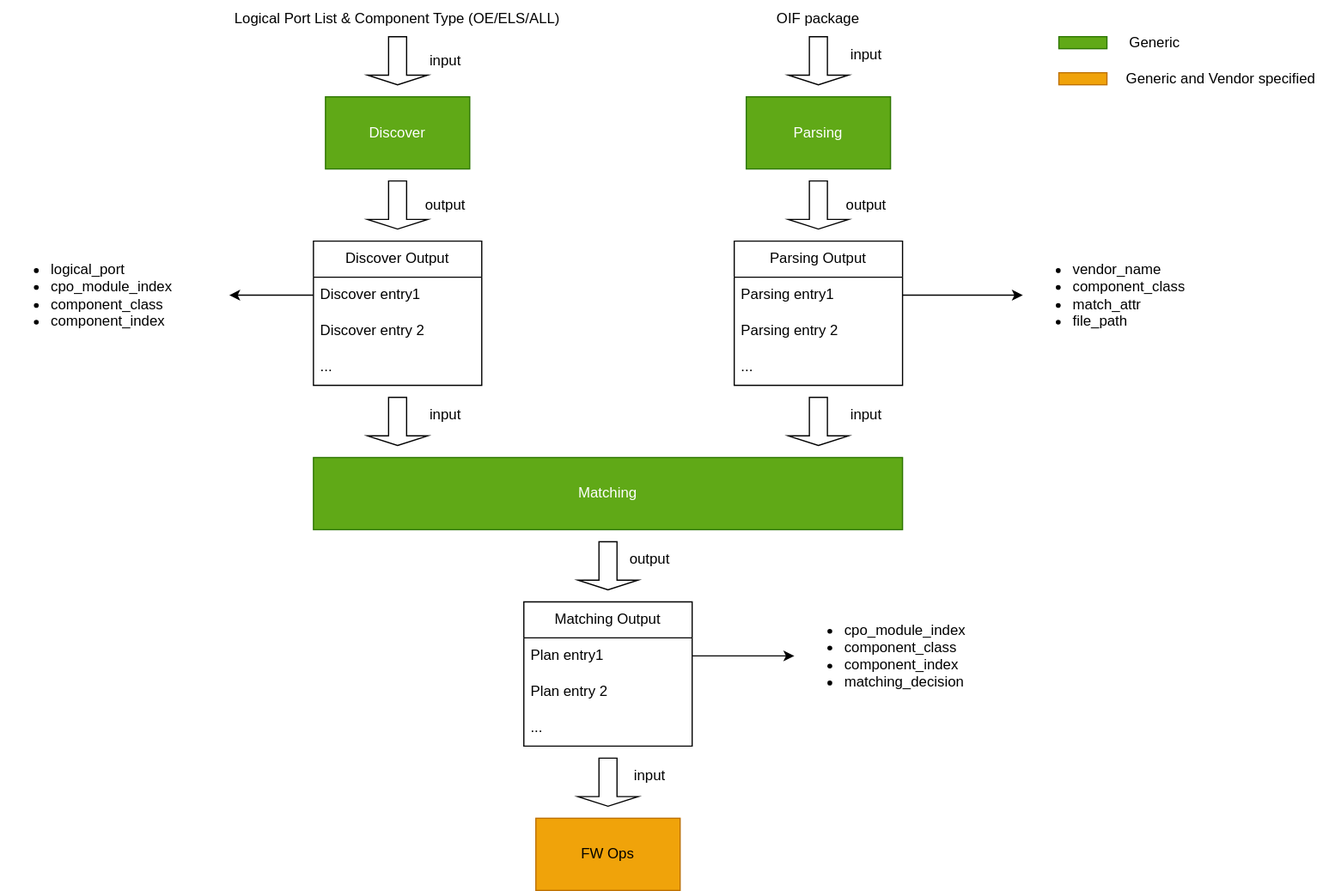
The draw.io diagram doc/cpo-util/cli-flow.svg in sonic-net/SONiC, before a commit. Source tidied: cells renumbered, new cells last; positions are measured from the earlier drawing's top-left corner, leaving out a move shared by most shapes. The source it was exported from:
```xml
<mxGraphModel>
  <root>
    <mxCell id="0" />
    <mxCell id="1" parent="0" />
    <mxCell id="2" value="Discover" style="rounded=0;whiteSpace=wrap;html=1;fillColor=#60a917;fontColor=#ffffff;strokeColor=#2D7600;" parent="1" vertex="1">
      <mxGeometry x="270" y="80" width="120" height="60" as="geometry" />
    </mxCell>
    <mxCell id="3" value="Parsing" style="rounded=0;whiteSpace=wrap;html=1;fillColor=#60a917;fontColor=#ffffff;strokeColor=#2D7600;" parent="1" vertex="1">
      <mxGeometry x="620" y="80" width="120" height="60" as="geometry" />
    </mxCell>
    <mxCell id="4" value="Matching" style="rounded=0;whiteSpace=wrap;html=1;fillColor=#60a917;fontColor=#ffffff;strokeColor=#2D7600;" parent="1" vertex="1">
      <mxGeometry x="260" y="380" width="490" height="60" as="geometry" />
    </mxCell>
    <mxCell id="5" value="FW Ops" style="rounded=0;whiteSpace=wrap;html=1;fillColor=#f0a30a;fontColor=#000000;strokeColor=#BD7000;" parent="1" vertex="1">
      <mxGeometry x="445" y="680" width="120" height="60" as="geometry" />
    </mxCell>
    <mxCell id="6" value="Logical Port List &amp;amp; Component Type (OE/ELS/ALL)" style="text;html=1;align=center;verticalAlign=middle;whiteSpace=wrap;rounded=0;" parent="1" vertex="1">
      <mxGeometry x="190" width="280" height="30" as="geometry" />
    </mxCell>
    <mxCell id="7" value="OIF package" style="text;html=1;align=center;verticalAlign=middle;whiteSpace=wrap;rounded=0;" parent="1" vertex="1">
      <mxGeometry x="635" width="90" height="30" as="geometry" />
    </mxCell>
    <mxCell id="8" value="Discover Output" style="swimlane;fontStyle=0;horizontal=1;startSize=30;whiteSpace=wrap;html=1;" parent="1" vertex="1">
      <mxGeometry x="260" y="200" width="140" height="120" as="geometry" />
    </mxCell>
    <mxCell id="9" value="Discover entry1" style="text;strokeColor=none;fillColor=none;align=left;verticalAlign=middle;spacingLeft=4;spacingRight=4;overflow=hidden;points=[[0,0.5],[1,0.5]];portConstraint=eastwest;whiteSpace=wrap;html=1;" parent="8" vertex="1">
      <mxGeometry y="30" width="140" height="30" as="geometry" />
    </mxCell>
    <mxCell id="10" value="Discover entry 2" style="text;strokeColor=none;fillColor=none;align=left;verticalAlign=middle;spacingLeft=4;spacingRight=4;overflow=hidden;whiteSpace=wrap;html=1;" parent="8" vertex="1">
      <mxGeometry y="60" width="140" height="30" as="geometry" />
    </mxCell>
    <mxCell id="11" value="..." style="text;strokeColor=none;fillColor=none;align=left;verticalAlign=middle;spacingLeft=4;spacingRight=4;overflow=hidden;whiteSpace=wrap;html=1;" parent="8" vertex="1">
      <mxGeometry y="90" width="140" height="30" as="geometry" />
    </mxCell>
    <mxCell id="12" value="input" style="text;html=1;align=center;verticalAlign=middle;whiteSpace=wrap;rounded=0;" parent="1" vertex="1">
      <mxGeometry x="510" y="630" width="60" height="30" as="geometry" />
    </mxCell>
    <mxCell id="13" value="output" style="text;html=1;align=center;verticalAlign=middle;whiteSpace=wrap;rounded=0;" parent="1" vertex="1">
      <mxGeometry x="510" y="450" width="60" height="30" as="geometry" />
    </mxCell>
    <mxCell id="14" value="&lt;ul&gt;&lt;li&gt;logical_port&lt;/li&gt;&lt;li&gt;cpo_module_index&lt;/li&gt;&lt;li&gt;component_class&lt;/li&gt;&lt;li&gt;component_index&lt;/li&gt;&lt;/ul&gt;" style="text;strokeColor=none;fillColor=none;html=1;whiteSpace=wrap;verticalAlign=middle;overflow=hidden;" parent="1" vertex="1">
      <mxGeometry y="185" width="190" height="120" as="geometry" />
    </mxCell>
    <mxCell id="15" style="endArrow=classic;html=1;entryX=1;entryY=0.5;entryDx=0;entryDy=0;exitX=0;exitY=0.5;exitDx=0;exitDy=0;" parent="1" edge="1" source="9" target="14">
      <mxGeometry relative="1" as="geometry" />
    </mxCell>
    <mxCell id="16" value="Parsing Output" style="swimlane;fontStyle=0;horizontal=1;startSize=30;whiteSpace=wrap;html=1;" parent="1" vertex="1">
      <mxGeometry x="610" y="200" width="140" height="120" as="geometry" />
    </mxCell>
    <mxCell id="17" value="Parsing entry1" style="text;strokeColor=none;fillColor=none;align=left;verticalAlign=middle;spacingLeft=4;spacingRight=4;overflow=hidden;points=[[0,0.5],[1,0.5]];portConstraint=eastwest;whiteSpace=wrap;html=1;" parent="16" vertex="1">
      <mxGeometry y="30" width="140" height="30" as="geometry" />
    </mxCell>
    <mxCell id="18" value="Parsing entry 2" style="text;strokeColor=none;fillColor=none;align=left;verticalAlign=middle;spacingLeft=4;spacingRight=4;overflow=hidden;whiteSpace=wrap;html=1;" parent="16" vertex="1">
      <mxGeometry y="60" width="140" height="30" as="geometry" />
    </mxCell>
    <mxCell id="19" value="..." style="text;strokeColor=none;fillColor=none;align=left;verticalAlign=middle;spacingLeft=4;spacingRight=4;overflow=hidden;whiteSpace=wrap;html=1;" parent="16" vertex="1">
      <mxGeometry y="90" width="140" height="30" as="geometry" />
    </mxCell>
    <mxCell id="20" value="&lt;ul&gt;&lt;li&gt;vendor_name&lt;/li&gt;&lt;li&gt;component_class&lt;/li&gt;&lt;li&gt;match_attr&lt;/li&gt;&lt;li&gt;file_path&lt;/li&gt;&lt;/ul&gt;" style="text;strokeColor=none;fillColor=none;html=1;whiteSpace=wrap;verticalAlign=middle;overflow=hidden;" parent="1" vertex="1">
      <mxGeometry x="850" y="185" width="160" height="120" as="geometry" />
    </mxCell>
    <mxCell id="21" style="edgeStyle=none;html=1;entryX=0;entryY=0.5;entryDx=0;entryDy=0;" parent="1" edge="1" source="17" target="20">
      <mxGeometry relative="1" as="geometry" />
    </mxCell>
    <mxCell id="22" style="shape=singleArrow;direction=south;whiteSpace=wrap;html=1;" parent="1" vertex="1">
      <mxGeometry x="305" y="30" width="50" height="40" as="geometry" />
    </mxCell>
    <mxCell id="23" style="shape=singleArrow;direction=south;whiteSpace=wrap;html=1;" parent="1" vertex="1">
      <mxGeometry x="655" y="30" width="50" height="40" as="geometry" />
    </mxCell>
    <mxCell id="24" value="input" style="text;html=1;align=center;verticalAlign=middle;whiteSpace=wrap;rounded=0;" parent="1" vertex="1">
      <mxGeometry x="340" y="35" width="60" height="30" as="geometry" />
    </mxCell>
    <mxCell id="25" value="input" style="text;html=1;align=center;verticalAlign=middle;whiteSpace=wrap;rounded=0;" parent="1" vertex="1">
      <mxGeometry x="690" y="30" width="60" height="30" as="geometry" />
    </mxCell>
    <mxCell id="26" style="shape=singleArrow;direction=south;whiteSpace=wrap;html=1;" parent="1" vertex="1">
      <mxGeometry x="305" y="150" width="50" height="40" as="geometry" />
    </mxCell>
    <mxCell id="27" value="output" style="text;html=1;align=center;verticalAlign=middle;whiteSpace=wrap;rounded=0;" parent="1" vertex="1">
      <mxGeometry x="340" y="155" width="60" height="30" as="geometry" />
    </mxCell>
    <mxCell id="28" style="shape=singleArrow;direction=south;whiteSpace=wrap;html=1;" parent="1" vertex="1">
      <mxGeometry x="655" y="150" width="50" height="40" as="geometry" />
    </mxCell>
    <mxCell id="29" value="output" style="text;html=1;align=center;verticalAlign=middle;whiteSpace=wrap;rounded=0;" parent="1" vertex="1">
      <mxGeometry x="690" y="155" width="60" height="30" as="geometry" />
    </mxCell>
    <mxCell id="30" style="shape=singleArrow;direction=south;whiteSpace=wrap;html=1;" parent="1" vertex="1">
      <mxGeometry x="305" y="330" width="50" height="40" as="geometry" />
    </mxCell>
    <mxCell id="31" style="shape=singleArrow;direction=south;whiteSpace=wrap;html=1;" parent="1" vertex="1">
      <mxGeometry x="655" y="330" width="50" height="40" as="geometry" />
    </mxCell>
    <mxCell id="32" value="input" style="text;html=1;align=center;verticalAlign=middle;whiteSpace=wrap;rounded=0;" parent="1" vertex="1">
      <mxGeometry x="690" y="330" width="60" height="30" as="geometry" />
    </mxCell>
    <mxCell id="33" value="input" style="text;html=1;align=center;verticalAlign=middle;whiteSpace=wrap;rounded=0;" parent="1" vertex="1">
      <mxGeometry x="340" y="330" width="60" height="30" as="geometry" />
    </mxCell>
    <mxCell id="34" value="Matching Output" style="swimlane;fontStyle=0;horizontal=1;startSize=30;whiteSpace=wrap;html=1;" parent="1" vertex="1">
      <mxGeometry x="435" y="500" width="140" height="120" as="geometry" />
    </mxCell>
    <mxCell id="35" value="Plan entry1" style="text;strokeColor=none;fillColor=none;align=left;verticalAlign=middle;spacingLeft=4;spacingRight=4;overflow=hidden;points=[[0,0.5],[1,0.5]];portConstraint=eastwest;whiteSpace=wrap;html=1;" parent="34" vertex="1">
      <mxGeometry y="30" width="140" height="30" as="geometry" />
    </mxCell>
    <mxCell id="36" value="Plan entry 2" style="text;strokeColor=none;fillColor=none;align=left;verticalAlign=middle;spacingLeft=4;spacingRight=4;overflow=hidden;whiteSpace=wrap;html=1;" parent="34" vertex="1">
      <mxGeometry y="60" width="140" height="30" as="geometry" />
    </mxCell>
    <mxCell id="37" value="..." style="text;strokeColor=none;fillColor=none;align=left;verticalAlign=middle;spacingLeft=4;spacingRight=4;overflow=hidden;whiteSpace=wrap;html=1;" parent="34" vertex="1">
      <mxGeometry y="90" width="140" height="30" as="geometry" />
    </mxCell>
    <mxCell id="38" style="shape=singleArrow;direction=south;whiteSpace=wrap;html=1;" parent="1" vertex="1">
      <mxGeometry x="480" y="450" width="50" height="40" as="geometry" />
    </mxCell>
    <mxCell id="39" value="&lt;ul&gt;&lt;li&gt;cpo_module_index&lt;/li&gt;&lt;li&gt;component_class&lt;/li&gt;&lt;li&gt;component_index&lt;/li&gt;&lt;li&gt;matching_decision&lt;/li&gt;&lt;/ul&gt;" style="text;strokeColor=none;fillColor=none;html=1;whiteSpace=wrap;verticalAlign=middle;overflow=hidden;" parent="1" vertex="1">
      <mxGeometry x="660" y="485" width="160" height="120" as="geometry" />
    </mxCell>
    <mxCell id="40" style="edgeStyle=none;html=1;" parent="1" edge="1" source="35" target="39">
      <mxGeometry relative="1" as="geometry" />
    </mxCell>
    <mxCell id="41" style="shape=singleArrow;direction=south;whiteSpace=wrap;html=1;" parent="1" vertex="1">
      <mxGeometry x="480" y="630" width="50" height="40" as="geometry" />
    </mxCell>
    <mxCell id="42" style="rounded=0;whiteSpace=wrap;html=1;fillColor=#60a917;fontColor=#ffffff;strokeColor=#2D7600;" parent="1" vertex="1">
      <mxGeometry x="880" y="30" width="40" height="10" as="geometry" />
    </mxCell>
    <mxCell id="43" value="Generic" style="text;html=1;align=center;verticalAlign=middle;whiteSpace=wrap;rounded=0;" parent="1" vertex="1">
      <mxGeometry x="930" y="20" width="60" height="30" as="geometry" />
    </mxCell>
    <mxCell id="44" style="rounded=0;whiteSpace=wrap;html=1;fillColor=#f0a30a;fontColor=#000000;strokeColor=#BD7000;" parent="1" vertex="1">
      <mxGeometry x="880" y="60" width="40" height="10" as="geometry" />
    </mxCell>
    <mxCell id="45" value="Generic and Vendor specified" style="text;html=1;align=center;verticalAlign=middle;whiteSpace=wrap;rounded=0;" parent="1" vertex="1">
      <mxGeometry x="930" y="50" width="170" height="30" as="geometry" />
    </mxCell>
  </root>
</mxGraphModel>
```
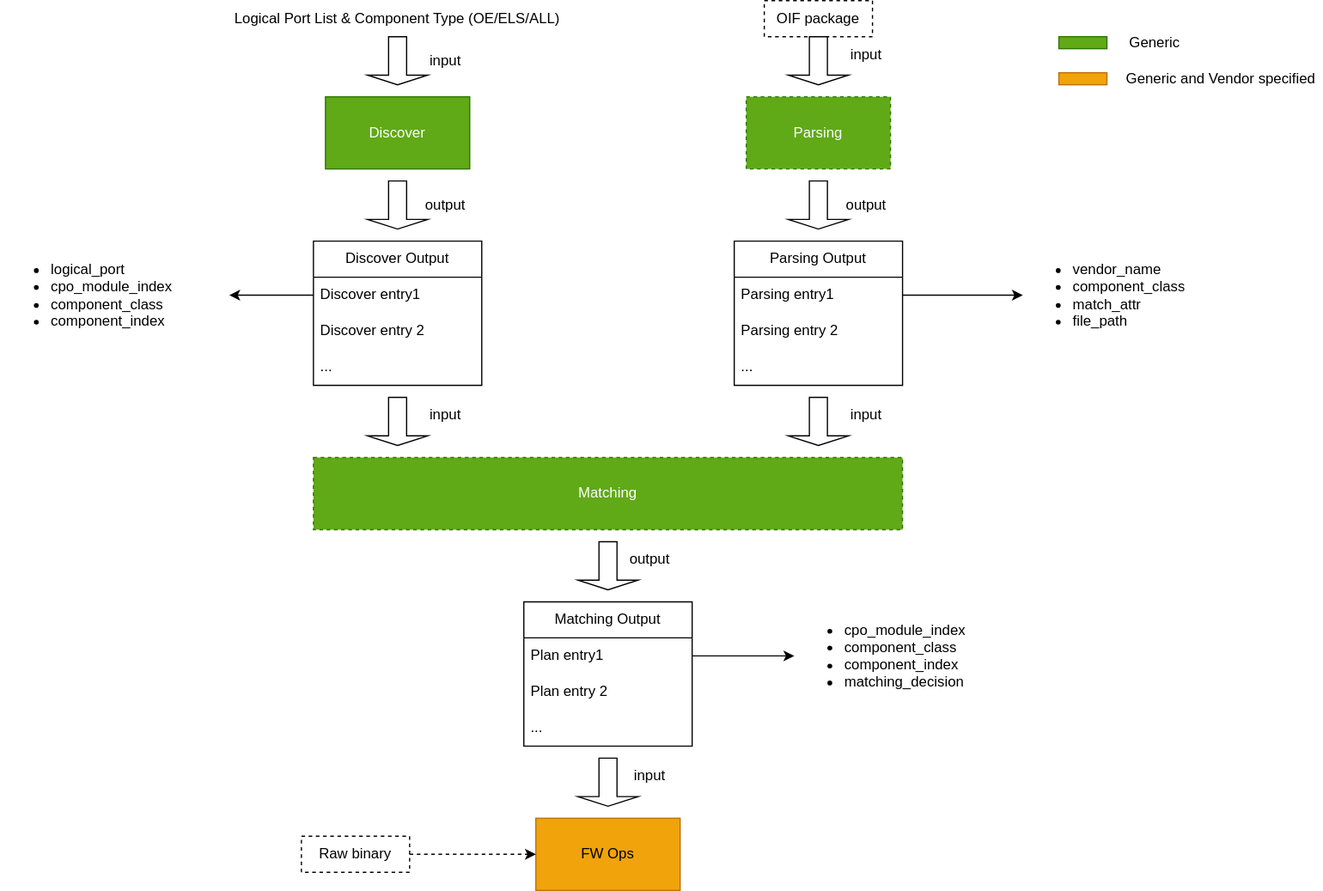
Later version of the same file.

Commit message:
Add --raw option to allow raw binary

The edit, as a diff of the source:
```diff
@@ -5,10 +5,10 @@
     <mxCell id="2" value="Discover" style="rounded=0;whiteSpace=wrap;html=1;fillColor=#60a917;fontColor=#ffffff;strokeColor=#2D7600;" parent="1" vertex="1">
       <mxGeometry x="270" y="80" width="120" height="60" as="geometry" />
     </mxCell>
-    <mxCell id="3" value="Parsing" style="rounded=0;whiteSpace=wrap;html=1;fillColor=#60a917;fontColor=#ffffff;strokeColor=#2D7600;" parent="1" vertex="1">
+    <mxCell id="3" value="Parsing" style="rounded=0;whiteSpace=wrap;html=1;fillColor=#60a917;fontColor=#ffffff;strokeColor=#2D7600;dashed=1;" parent="1" vertex="1">
       <mxGeometry x="620" y="80" width="120" height="60" as="geometry" />
     </mxCell>
-    <mxCell id="4" value="Matching" style="rounded=0;whiteSpace=wrap;html=1;fillColor=#60a917;fontColor=#ffffff;strokeColor=#2D7600;" parent="1" vertex="1">
+    <mxCell id="4" value="Matching" style="rounded=0;whiteSpace=wrap;html=1;fillColor=#60a917;fontColor=#ffffff;strokeColor=#2D7600;dashed=1;" parent="1" vertex="1">
       <mxGeometry x="260" y="380" width="490" height="60" as="geometry" />
     </mxCell>
     <mxCell id="5" value="FW Ops" style="rounded=0;whiteSpace=wrap;html=1;fillColor=#f0a30a;fontColor=#000000;strokeColor=#BD7000;" parent="1" vertex="1">
@@ -17,7 +17,7 @@
     <mxCell id="6" value="Logical Port List &amp;amp; Component Type (OE/ELS/ALL)" style="text;html=1;align=center;verticalAlign=middle;whiteSpace=wrap;rounded=0;" parent="1" vertex="1">
       <mxGeometry x="190" width="280" height="30" as="geometry" />
     </mxCell>
-    <mxCell id="7" value="OIF package" style="text;html=1;align=center;verticalAlign=middle;whiteSpace=wrap;rounded=0;" parent="1" vertex="1">
+    <mxCell id="7" value="OIF package" style="text;html=1;align=center;verticalAlign=middle;whiteSpace=wrap;rounded=0;dashed=1;strokeColor=default;" parent="1" vertex="1">
       <mxGeometry x="635" width="90" height="30" as="geometry" />
     </mxCell>
     <mxCell id="8" value="Discover Output" style="swimlane;fontStyle=0;horizontal=1;startSize=30;whiteSpace=wrap;html=1;" parent="1" vertex="1">
@@ -134,5 +134,11 @@
     <mxCell id="45" value="Generic and Vendor specified" style="text;html=1;align=center;verticalAlign=middle;whiteSpace=wrap;rounded=0;" parent="1" vertex="1">
       <mxGeometry x="930" y="50" width="170" height="30" as="geometry" />
     </mxCell>
+    <mxCell id="46" style="edgeStyle=none;html=1;dashed=1;" parent="1" edge="1" source="47" target="5">
+      <mxGeometry relative="1" as="geometry" />
+    </mxCell>
+    <mxCell id="47" value="Raw binary" style="text;html=1;align=center;verticalAlign=middle;whiteSpace=wrap;rounded=0;dashed=1;strokeColor=default;" parent="1" vertex="1">
+      <mxGeometry x="250" y="695" width="90" height="30" as="geometry" />
+    </mxCell>
   </root>
 </mxGraphModel>
```
